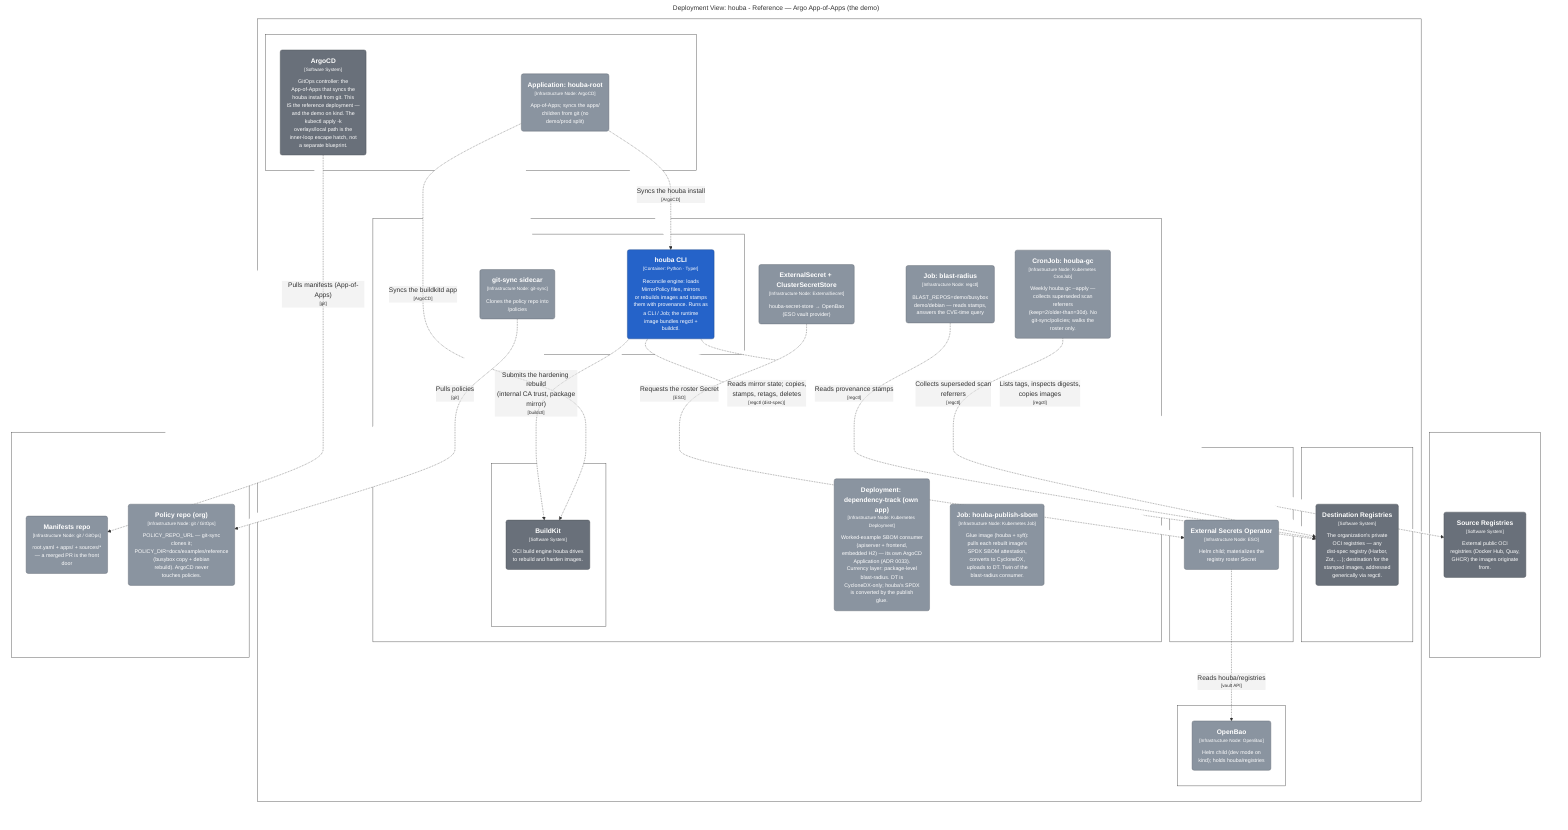
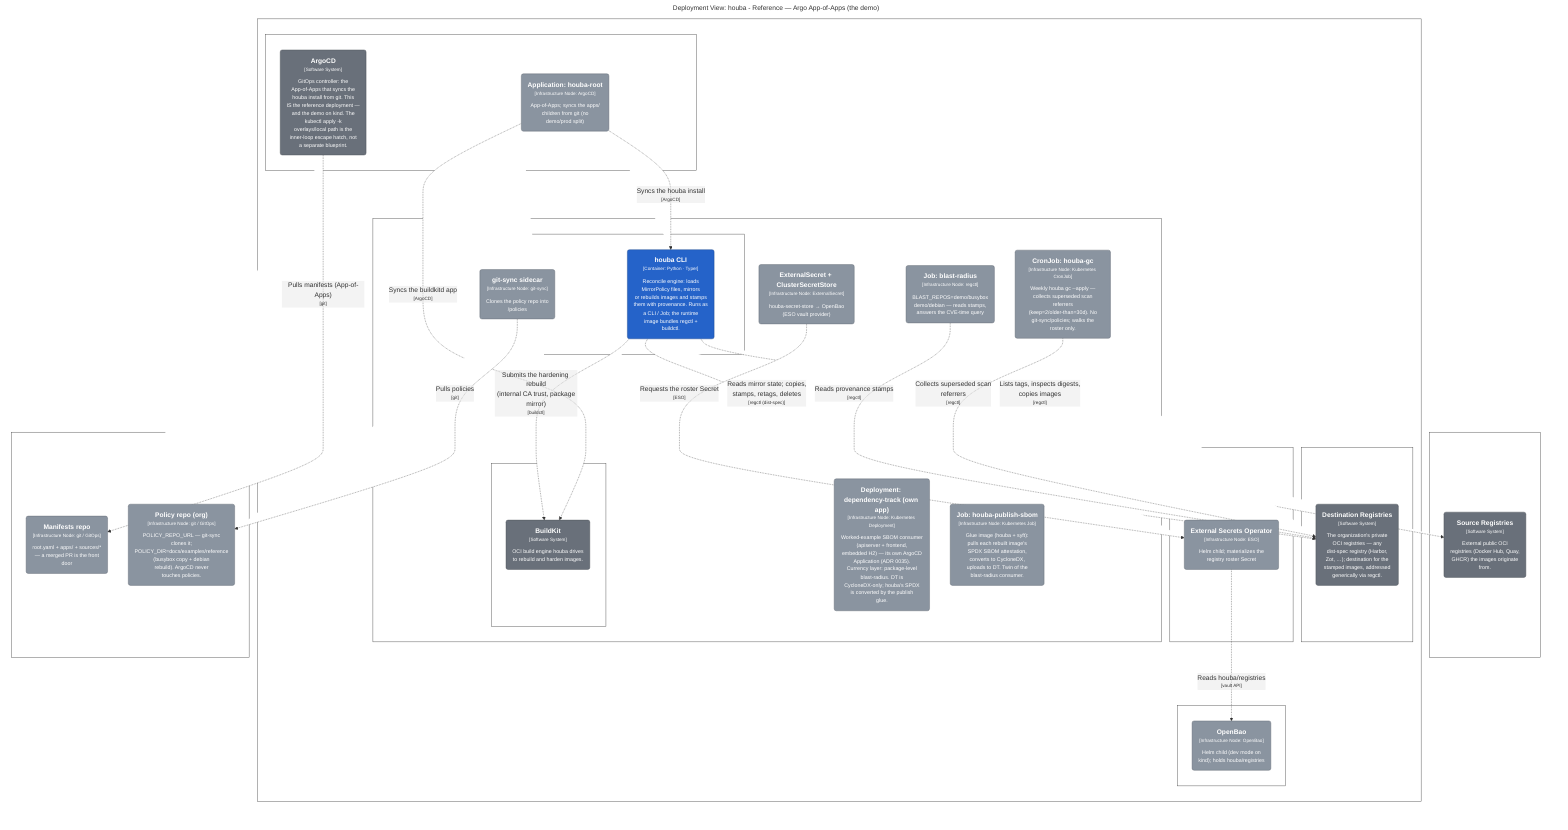
graph LR
  linkStyle default fill:#ffffff

  subgraph diagram ["Deployment View: houba - Reference — Argo App-of-Apps (the demo)"]
    style diagram fill:#ffffff,stroke:#ffffff

-     subgraph 162 ["Git host"]
-       style 162 fill:#ffffff,stroke:#444444,color:#ffffff
+     subgraph 170 ["Git host"]
+       style 170 fill:#ffffff,stroke:#444444,color:#ffffff

-       163("<div style='font-weight: bold'>Manifests repo</div><div style='font-size: 70%; margin-top: 0px'>[Infrastructure Node: git / GitOps]</div><div style='font-size: 80%; margin-top:10px'>root.yaml + apps/ + sources/*<br />— a merged PR is the front<br />door</div>")
-       style 163 fill:#8a94a0,stroke:#606770,color:#ffffff
-       164("<div style='font-weight: bold'>Policy repo (org)</div><div style='font-size: 70%; margin-top: 0px'>[Infrastructure Node: git / GitOps]</div><div style='font-size: 80%; margin-top:10px'>POLICY_REPO_URL — git-sync<br />clones it;<br />POLICY_DIR=docs/examples/reference<br />(busybox copy + debian<br />rebuild). ArgoCD never<br />touches policies.</div>")
-       style 164 fill:#8a94a0,stroke:#606770,color:#ffffff
+       171("<div style='font-weight: bold'>Manifests repo</div><div style='font-size: 70%; margin-top: 0px'>[Infrastructure Node: git / GitOps]</div><div style='font-size: 80%; margin-top:10px'>root.yaml + apps/ + sources/*<br />— a merged PR is the front<br />door</div>")
+       style 171 fill:#8a94a0,stroke:#606770,color:#ffffff
+       172("<div style='font-weight: bold'>Policy repo (org)</div><div style='font-size: 70%; margin-top: 0px'>[Infrastructure Node: git / GitOps]</div><div style='font-size: 80%; margin-top:10px'>POLICY_REPO_URL — git-sync<br />clones it;<br />POLICY_DIR=docs/examples/reference<br />(busybox copy + debian<br />rebuild). ArgoCD never<br />touches policies.</div>")
+       style 172 fill:#8a94a0,stroke:#606770,color:#ffffff
    end

-     subgraph 165 ["Kubernetes cluster"]
-       style 165 fill:#ffffff,stroke:#444444,color:#ffffff
+     subgraph 173 ["Kubernetes cluster"]
+       style 173 fill:#ffffff,stroke:#444444,color:#ffffff

-       subgraph 166 ["namespace: argocd"]
-         style 166 fill:#ffffff,stroke:#444444,color:#ffffff
+       subgraph 174 ["namespace: argocd"]
+         style 174 fill:#ffffff,stroke:#444444,color:#ffffff

-         167("<div style='font-weight: bold'>Application: houba-root</div><div style='font-size: 70%; margin-top: 0px'>[Infrastructure Node: ArgoCD]</div><div style='font-size: 80%; margin-top:10px'>App-of-Apps; syncs the apps/<br />children from git (no<br />demo/prod split)</div>")
-         style 167 fill:#8a94a0,stroke:#606770,color:#ffffff
-         168("<div style='font-weight: bold'>ArgoCD</div><div style='font-size: 70%; margin-top: 0px'>[Software System]</div><div style='font-size: 80%; margin-top:10px'>GitOps controller: the<br />App-of-Apps that syncs the<br />houba install from git. This<br />IS the reference deployment —<br />and the demo on kind. The<br />kubectl apply -k<br />overlays/local path is the<br />inner-loop escape hatch, not<br />a separate blueprint.</div>")
-         style 168 fill:#69707a,stroke:#494e55,color:#ffffff
+         175("<div style='font-weight: bold'>Application: houba-root</div><div style='font-size: 70%; margin-top: 0px'>[Infrastructure Node: ArgoCD]</div><div style='font-size: 80%; margin-top:10px'>App-of-Apps; syncs the apps/<br />children from git (no<br />demo/prod split)</div>")
+         style 175 fill:#8a94a0,stroke:#606770,color:#ffffff
+         176("<div style='font-weight: bold'>ArgoCD</div><div style='font-size: 70%; margin-top: 0px'>[Software System]</div><div style='font-size: 80%; margin-top:10px'>GitOps controller: the<br />App-of-Apps that syncs the<br />houba install from git. This<br />IS the reference deployment —<br />and the demo on kind. The<br />kubectl apply -k<br />overlays/local path is the<br />inner-loop escape hatch, not<br />a separate blueprint.</div>")
+         style 176 fill:#69707a,stroke:#494e55,color:#ffffff
      end

-       subgraph 169 ["namespace: houba"]
-         style 169 fill:#ffffff,stroke:#444444,color:#ffffff
+       subgraph 177 ["namespace: houba"]
+         style 177 fill:#ffffff,stroke:#444444,color:#ffffff

-         subgraph 170 ["CronJob: houba-reconcile"]
-           style 170 fill:#ffffff,stroke:#444444,color:#ffffff
+         subgraph 178 ["CronJob: houba-reconcile"]
+           style 178 fill:#ffffff,stroke:#444444,color:#ffffff

-           171("<div style='font-weight: bold'>houba CLI</div><div style='font-size: 70%; margin-top: 0px'>[Container: Python · Typer]</div><div style='font-size: 80%; margin-top:10px'>Reconcile engine: loads<br />MirrorPolicy files, mirrors<br />or rebuilds images and stamps<br />them with provenance. Runs as<br />a CLI / Job; the runtime<br />image bundles regctl +<br />buildctl.</div>")
-           style 171 fill:#2563c9,stroke:#19458c,color:#ffffff
-           172("<div style='font-weight: bold'>git-sync sidecar</div><div style='font-size: 70%; margin-top: 0px'>[Infrastructure Node: git-sync]</div><div style='font-size: 80%; margin-top:10px'>Clones the policy repo into<br />/policies</div>")
-           style 172 fill:#8a94a0,stroke:#606770,color:#ffffff
+           179("<div style='font-weight: bold'>houba CLI</div><div style='font-size: 70%; margin-top: 0px'>[Container: Python · Typer]</div><div style='font-size: 80%; margin-top:10px'>Reconcile engine: loads<br />MirrorPolicy files, mirrors<br />or rebuilds images and stamps<br />them with provenance. Runs as<br />a CLI / Job; the runtime<br />image bundles regctl +<br />buildctl.</div>")
+           style 179 fill:#2563c9,stroke:#19458c,color:#ffffff
+           180("<div style='font-weight: bold'>git-sync sidecar</div><div style='font-size: 70%; margin-top: 0px'>[Infrastructure Node: git-sync]</div><div style='font-size: 80%; margin-top:10px'>Clones the policy repo into<br />/policies</div>")
+           style 180 fill:#8a94a0,stroke:#606770,color:#ffffff
        end

-         subgraph 173 ["Deployment: buildkitd (own app)"]
-           style 173 fill:#ffffff,stroke:#444444,color:#ffffff
+         subgraph 181 ["Deployment: buildkitd (own app)"]
+           style 181 fill:#ffffff,stroke:#444444,color:#ffffff

-           174("<div style='font-weight: bold'>BuildKit</div><div style='font-size: 70%; margin-top: 0px'>[Software System]</div><div style='font-size: 80%; margin-top:10px'>OCI build engine houba drives<br />to rebuild and harden images.</div>")
-           style 174 fill:#69707a,stroke:#494e55,color:#ffffff
+           182("<div style='font-weight: bold'>BuildKit</div><div style='font-size: 70%; margin-top: 0px'>[Software System]</div><div style='font-size: 80%; margin-top:10px'>OCI build engine houba drives<br />to rebuild and harden images.</div>")
+           style 182 fill:#69707a,stroke:#494e55,color:#ffffff
        end

-         176("<div style='font-weight: bold'>ExternalSecret + ClusterSecretStore</div><div style='font-size: 70%; margin-top: 0px'>[Infrastructure Node: ExternalSecret]</div><div style='font-size: 80%; margin-top:10px'>houba-secret-store → OpenBao<br />(ESO vault provider)</div>")
-         style 176 fill:#8a94a0,stroke:#606770,color:#ffffff
-         177("<div style='font-weight: bold'>Job: blast-radius</div><div style='font-size: 70%; margin-top: 0px'>[Infrastructure Node: regctl]</div><div style='font-size: 80%; margin-top:10px'>BLAST_REPOS=demo/busybox<br />demo/debian — reads stamps,<br />answers the CVE-time query</div>")
-         style 177 fill:#8a94a0,stroke:#606770,color:#ffffff
-         178("<div style='font-weight: bold'>CronJob: houba-gc</div><div style='font-size: 70%; margin-top: 0px'>[Infrastructure Node: Kubernetes CronJob]</div><div style='font-size: 80%; margin-top:10px'>Weekly houba gc --apply —<br />collects superseded scan<br />referrers<br />(keep=2/older-than=30d). No<br />git-sync/policies; walks the<br />roster only.</div>")
-         style 178 fill:#8a94a0,stroke:#606770,color:#ffffff
-         179("<div style='font-weight: bold'>Deployment: dependency-track (own app)</div><div style='font-size: 70%; margin-top: 0px'>[Infrastructure Node: Kubernetes Deployment]</div><div style='font-size: 80%; margin-top:10px'>Worked-example SBOM consumer<br />(apiserver + frontend,<br />embedded H2) — its own ArgoCD<br />Application (ADR 0033).<br />Currency layer: package-level<br />blast-radius. DT is<br />CycloneDX-only; houba's SPDX<br />is converted by the publish<br />glue.</div>")
-         style 179 fill:#8a94a0,stroke:#606770,color:#ffffff
-         180("<div style='font-weight: bold'>Job: houba-publish-sbom</div><div style='font-size: 70%; margin-top: 0px'>[Infrastructure Node: Kubernetes Job]</div><div style='font-size: 80%; margin-top:10px'>Glue image (houba + syft):<br />pulls each rebuilt image's<br />SPDX SBOM attestation,<br />converts to CycloneDX,<br />uploads to DT. Twin of the<br />blast-radius consumer.</div>")
-         style 180 fill:#8a94a0,stroke:#606770,color:#ffffff
+         184("<div style='font-weight: bold'>ExternalSecret + ClusterSecretStore</div><div style='font-size: 70%; margin-top: 0px'>[Infrastructure Node: ExternalSecret]</div><div style='font-size: 80%; margin-top:10px'>houba-secret-store → OpenBao<br />(ESO vault provider)</div>")
+         style 184 fill:#8a94a0,stroke:#606770,color:#ffffff
+         185("<div style='font-weight: bold'>Job: blast-radius</div><div style='font-size: 70%; margin-top: 0px'>[Infrastructure Node: regctl]</div><div style='font-size: 80%; margin-top:10px'>BLAST_REPOS=demo/busybox<br />demo/debian — reads stamps,<br />answers the CVE-time query</div>")
+         style 185 fill:#8a94a0,stroke:#606770,color:#ffffff
+         186("<div style='font-weight: bold'>CronJob: houba-gc</div><div style='font-size: 70%; margin-top: 0px'>[Infrastructure Node: Kubernetes CronJob]</div><div style='font-size: 80%; margin-top:10px'>Weekly houba gc --apply —<br />collects superseded scan<br />referrers<br />(keep=2/older-than=30d). No<br />git-sync/policies; walks the<br />roster only.</div>")
+         style 186 fill:#8a94a0,stroke:#606770,color:#ffffff
+         187("<div style='font-weight: bold'>Deployment: dependency-track (own app)</div><div style='font-size: 70%; margin-top: 0px'>[Infrastructure Node: Kubernetes Deployment]</div><div style='font-size: 80%; margin-top:10px'>Worked-example SBOM consumer<br />(apiserver + frontend,<br />embedded H2) — its own ArgoCD<br />Application (ADR 0035).<br />Currency layer: package-level<br />blast-radius. DT is<br />CycloneDX-only; houba's SPDX<br />is converted by the publish<br />glue.</div>")
+         style 187 fill:#8a94a0,stroke:#606770,color:#ffffff
+         188("<div style='font-weight: bold'>Job: houba-publish-sbom</div><div style='font-size: 70%; margin-top: 0px'>[Infrastructure Node: Kubernetes Job]</div><div style='font-size: 80%; margin-top:10px'>Glue image (houba + syft):<br />pulls each rebuilt image's<br />SPDX SBOM attestation,<br />converts to CycloneDX,<br />uploads to DT. Twin of the<br />blast-radius consumer.</div>")
+         style 188 fill:#8a94a0,stroke:#606770,color:#ffffff
      end

-       subgraph 181 ["namespace: external-secrets"]
-         style 181 fill:#ffffff,stroke:#444444,color:#ffffff
+       subgraph 189 ["namespace: external-secrets"]
+         style 189 fill:#ffffff,stroke:#444444,color:#ffffff

-         182("<div style='font-weight: bold'>External Secrets Operator</div><div style='font-size: 70%; margin-top: 0px'>[Infrastructure Node: ESO]</div><div style='font-size: 80%; margin-top:10px'>Helm child; materializes the<br />registry roster Secret</div>")
-         style 182 fill:#8a94a0,stroke:#606770,color:#ffffff
+         190("<div style='font-weight: bold'>External Secrets Operator</div><div style='font-size: 70%; margin-top: 0px'>[Infrastructure Node: ESO]</div><div style='font-size: 80%; margin-top:10px'>Helm child; materializes the<br />registry roster Secret</div>")
+         style 190 fill:#8a94a0,stroke:#606770,color:#ffffff
      end

-       subgraph 183 ["namespace: openbao"]
-         style 183 fill:#ffffff,stroke:#444444,color:#ffffff
+       subgraph 191 ["namespace: openbao"]
+         style 191 fill:#ffffff,stroke:#444444,color:#ffffff

-         184("<div style='font-weight: bold'>OpenBao</div><div style='font-size: 70%; margin-top: 0px'>[Infrastructure Node: OpenBao]</div><div style='font-size: 80%; margin-top:10px'>Helm child (dev mode on<br />kind); holds houba/registries</div>")
-         style 184 fill:#8a94a0,stroke:#606770,color:#ffffff
+         192("<div style='font-weight: bold'>OpenBao</div><div style='font-size: 70%; margin-top: 0px'>[Infrastructure Node: OpenBao]</div><div style='font-size: 80%; margin-top:10px'>Helm child (dev mode on<br />kind); holds houba/registries</div>")
+         style 192 fill:#8a94a0,stroke:#606770,color:#ffffff
      end

-       subgraph 185 ["namespace: registry"]
-         style 185 fill:#ffffff,stroke:#444444,color:#ffffff
+       subgraph 193 ["namespace: registry"]
+         style 193 fill:#ffffff,stroke:#444444,color:#ffffff

-         186("<div style='font-weight: bold'>Destination Registries</div><div style='font-size: 70%; margin-top: 0px'>[Software System]</div><div style='font-size: 80%; margin-top:10px'>The organization's private<br />OCI registries — any<br />dist-spec registry (Harbor,<br />Zot, …); destination for the<br />stamped images, addressed<br />generically via regctl.</div>")
-         style 186 fill:#69707a,stroke:#494e55,color:#ffffff
+         194("<div style='font-weight: bold'>Destination Registries</div><div style='font-size: 70%; margin-top: 0px'>[Software System]</div><div style='font-size: 80%; margin-top:10px'>The organization's private<br />OCI registries — any<br />dist-spec registry (Harbor,<br />Zot, …); destination for the<br />stamped images, addressed<br />generically via regctl.</div>")
+         style 194 fill:#69707a,stroke:#494e55,color:#ffffff
      end

    end

-     subgraph 188 ["Internet / org network"]
-       style 188 fill:#ffffff,stroke:#444444,color:#ffffff
+     subgraph 196 ["Internet / org network"]
+       style 196 fill:#ffffff,stroke:#444444,color:#ffffff

-       189("<div style='font-weight: bold'>Source Registries</div><div style='font-size: 70%; margin-top: 0px'>[Software System]</div><div style='font-size: 80%; margin-top:10px'>External public OCI<br />registries (Docker Hub, Quay,<br />GHCR) the images originate<br />from.</div>")
-       style 189 fill:#69707a,stroke:#494e55,color:#ffffff
+       197("<div style='font-weight: bold'>Source Registries</div><div style='font-size: 70%; margin-top: 0px'>[Software System]</div><div style='font-size: 80%; margin-top:10px'>External public OCI<br />registries (Docker Hub, Quay,<br />GHCR) the images originate<br />from.</div>")
+       style 197 fill:#69707a,stroke:#494e55,color:#ffffff
    end

-     171-. "<div>Submits the hardening rebuild<br />(internal CA trust, package<br />mirror)</div><div style='font-size: 70%'>[buildctl]</div>" .->174
-     171-. "<div>Reads mirror state; copies,<br />stamps, retags, deletes</div><div style='font-size: 70%'>[regctl (dist-spec)]</div>" .->186
-     171-. "<div>Lists tags, inspects digests,<br />copies images</div><div style='font-size: 70%'>[regctl]</div>" .->189
-     168-. "<div>Pulls manifests (App-of-Apps)</div><div style='font-size: 70%'>[git]</div>" .->163
-     167-. "<div>Syncs the houba install</div><div style='font-size: 70%'>[ArgoCD]</div>" .->171
-     167-. "<div>Syncs the buildkitd app</div><div style='font-size: 70%'>[ArgoCD]</div>" .->174
-     182-. "<div>Reads houba/registries</div><div style='font-size: 70%'>[vault API]</div>" .->184
-     176-. "<div>Requests the roster Secret</div><div style='font-size: 70%'>[ESO]</div>" .->182
-     172-. "<div>Pulls policies</div><div style='font-size: 70%'>[git]</div>" .->164
-     177-. "<div>Reads provenance stamps</div><div style='font-size: 70%'>[regctl]</div>" .->186
-     178-. "<div>Collects superseded scan<br />referrers</div><div style='font-size: 70%'>[regctl]</div>" .->186
+     179-. "<div>Submits the hardening rebuild<br />(internal CA trust, package<br />mirror)</div><div style='font-size: 70%'>[buildctl]</div>" .->182
+     179-. "<div>Reads mirror state; copies,<br />stamps, retags, deletes</div><div style='font-size: 70%'>[regctl (dist-spec)]</div>" .->194
+     179-. "<div>Lists tags, inspects digests,<br />copies images</div><div style='font-size: 70%'>[regctl]</div>" .->197
+     176-. "<div>Pulls manifests (App-of-Apps)</div><div style='font-size: 70%'>[git]</div>" .->171
+     175-. "<div>Syncs the houba install</div><div style='font-size: 70%'>[ArgoCD]</div>" .->179
+     175-. "<div>Syncs the buildkitd app</div><div style='font-size: 70%'>[ArgoCD]</div>" .->182
+     190-. "<div>Reads houba/registries</div><div style='font-size: 70%'>[vault API]</div>" .->192
+     184-. "<div>Requests the roster Secret</div><div style='font-size: 70%'>[ESO]</div>" .->190
+     180-. "<div>Pulls policies</div><div style='font-size: 70%'>[git]</div>" .->172
+     185-. "<div>Reads provenance stamps</div><div style='font-size: 70%'>[regctl]</div>" .->194
+     186-. "<div>Collects superseded scan<br />referrers</div><div style='font-size: 70%'>[regctl]</div>" .->194

  end